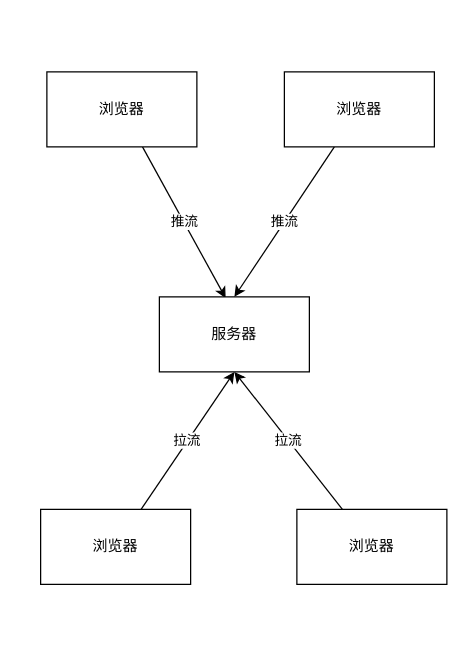
Before: billd-live.drawio in galaxy-s10/billd-live, a draw.io diagram. Source tidied: cells renumbered, new cells numbered last; positions are measured from the earlier drawing's top-left corner, leaving out a move shared by most shapes. Both pictures are drawn from the tidied source at 125%, with x=0, y=0 at pixel (40, 71).
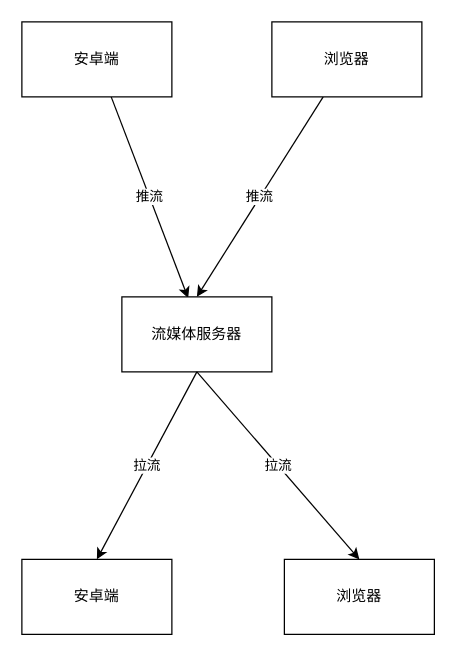
Above is the later version.

Diff of the diagram source:
```diff
@@
 <mxGraphModel>
   <root>
     <mxCell id="0" />
     <mxCell id="1" parent="0" />
     <mxCell id="2" value="推流" style="edgeStyle=none;html=1;entryX=0.442;entryY=0.017;entryDx=0;entryDy=0;entryPerimeter=0;" parent="1" edge="1" source="3" target="4">
       <mxGeometry relative="1" as="geometry" />
     </mxCell>
-    <mxCell id="3" value="浏览器" style="whiteSpace=wrap;html=1;" parent="1" vertex="1">
-      <mxGeometry x="5" width="120" height="60" as="geometry" />
+    <mxCell id="3" value="安卓端" style="whiteSpace=wrap;html=1;" parent="1" vertex="1">
+      <mxGeometry x="-15" y="-40" width="120" height="60" as="geometry" />
     </mxCell>
-    <mxCell id="4" value="服务器" style="whiteSpace=wrap;html=1;" parent="1" vertex="1">
-      <mxGeometry x="95" y="180" width="120" height="60" as="geometry" />
+    <mxCell id="4" value="流媒体服务器" style="whiteSpace=wrap;html=1;" parent="1" vertex="1">
+      <mxGeometry x="65" y="180" width="120" height="60" as="geometry" />
     </mxCell>
     <mxCell id="5" value="推流" style="edgeStyle=none;html=1;entryX=0.5;entryY=0;entryDx=0;entryDy=0;" parent="1" edge="1" source="6" target="4">
       <mxGeometry relative="1" as="geometry" />
     </mxCell>
     <mxCell id="6" value="浏览器" style="whiteSpace=wrap;html=1;" parent="1" vertex="1">
-      <mxGeometry x="195" width="120" height="60" as="geometry" />
+      <mxGeometry x="185" y="-40" width="120" height="60" as="geometry" />
     </mxCell>
-    <mxCell id="7" value="拉流" style="edgeStyle=none;html=1;entryX=0.5;entryY=1;entryDx=0;entryDy=0;" parent="1" edge="1" source="8" target="4">
+    <mxCell id="7" value="拉流" style="edgeStyle=none;html=1;exitX=0.5;exitY=1;exitDx=0;exitDy=0;entryX=0.5;entryY=0;entryDx=0;entryDy=0;" parent="1" edge="1" source="4" target="8">
       <mxGeometry relative="1" as="geometry" />
     </mxCell>
-    <mxCell id="8" value="浏览器" style="whiteSpace=wrap;html=1;" parent="1" vertex="1">
-      <mxGeometry y="350" width="120" height="60" as="geometry" />
+    <mxCell id="8" value="安卓端" style="whiteSpace=wrap;html=1;" parent="1" vertex="1">
+      <mxGeometry x="-15" y="390" width="120" height="60" as="geometry" />
     </mxCell>
+    <mxCell id="10" value="浏览器" style="whiteSpace=wrap;html=1;" parent="1" vertex="1">
+      <mxGeometry x="195" y="390" width="120" height="60" as="geometry" />
+    </mxCell>
-    <mxCell id="9" value="拉流" style="edgeStyle=none;html=1;" parent="1" edge="1" source="10">
-      <mxGeometry relative="1" as="geometry">
-        <mxPoint x="155" y="240" as="targetPoint" />
-      </mxGeometry>
+    <mxCell id="9" value="拉流" style="edgeStyle=none;html=1;exitX=0.5;exitY=1;exitDx=0;exitDy=0;entryX=0.5;entryY=0;entryDx=0;entryDy=0;" parent="1" edge="1" source="4" target="10">
+      <mxGeometry relative="1" as="geometry" />
     </mxCell>
-    <mxCell id="10" value="浏览器" style="whiteSpace=wrap;html=1;" parent="1" vertex="1">
-      <mxGeometry x="205" y="350" width="120" height="60" as="geometry" />
-    </mxCell>
   </root>
 </mxGraphModel>
```
